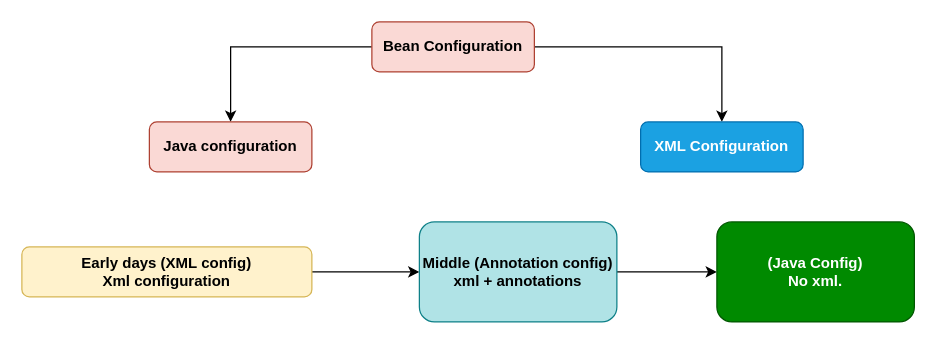
Above: page "BEAN CONFIGURATION" (6 of 8) of SPRING/spring.drawio in nathub071122/natGIT (draw.io), before the change. Source tidied: cells renumbered, new cells numbered last; positions are measured from the earlier drawing's top-left corner, leaving out a move shared by most shapes. Both pictures are drawn from the tidied source at 125%, with x=0, y=0 at pixel (21, 21).
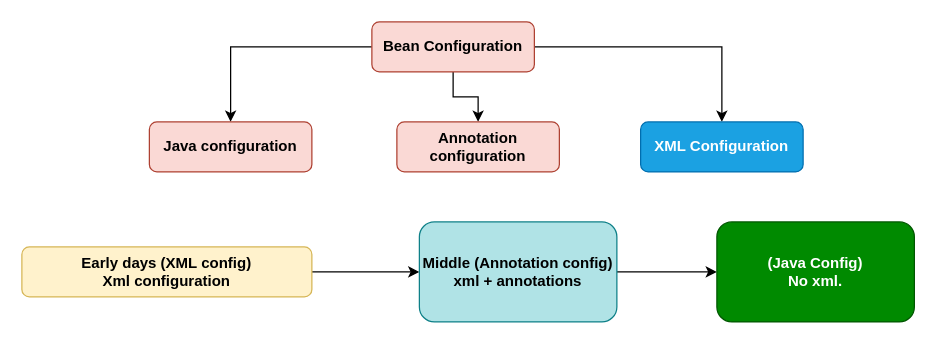
The same diagram, later.

The edit, as a diff of the source:
```diff
@@
 <mxGraphModel>
   <root>
     <mxCell id="0" />
     <mxCell id="1" parent="0" />
     <mxCell id="2" style="edgeStyle=orthogonalEdgeStyle;rounded=0;jettySize=auto;html=1;" parent="1" edge="1" source="4" target="5">
       <mxGeometry relative="1" as="geometry" />
     </mxCell>
     <mxCell id="3" style="edgeStyle=orthogonalEdgeStyle;rounded=0;jettySize=auto;html=1;" parent="1" edge="1" source="4" target="6">
       <mxGeometry relative="1" as="geometry" />
     </mxCell>
+    <mxCell id="12" style="edgeStyle=orthogonalEdgeStyle;rounded=0;jettySize=auto;html=1;entryX=0.5;entryY=0;entryDx=0;entryDy=0;" parent="1" edge="1" source="4" target="13">
+      <mxGeometry relative="1" as="geometry" />
+    </mxCell>
     <mxCell id="4" value="Bean Configuration" style="rounded=1;whiteSpace=wrap;html=1;fillColor=#fad9d5;strokeColor=#ae4132;fontStyle=1;verticalAlign=middle;" parent="1" vertex="1">
       <mxGeometry x="280" width="130" height="40" as="geometry" />
     </mxCell>
     <mxCell id="5" value="Java configuration" style="rounded=1;whiteSpace=wrap;html=1;fillColor=#fad9d5;strokeColor=#ae4132;fontStyle=1;verticalAlign=middle;" parent="1" vertex="1">
       <mxGeometry x="102" y="80" width="130" height="40" as="geometry" />
     </mxCell>
     <mxCell id="6" value="XML Configuration" style="rounded=1;whiteSpace=wrap;html=1;fillColor=#1ba1e2;strokeColor=#006EAF;fontStyle=1;verticalAlign=middle;fontColor=#ffffff;" parent="1" vertex="1">
       <mxGeometry x="495" y="80" width="130" height="40" as="geometry" />
     </mxCell>
     <mxCell id="7" style="edgeStyle=orthogonalEdgeStyle;rounded=0;jettySize=auto;html=1;" parent="1" edge="1" source="8" target="10">
       <mxGeometry relative="1" as="geometry" />
     </mxCell>
     <mxCell id="8" value="Early days (XML config)&lt;br&gt;Xml configuration" style="rounded=1;whiteSpace=wrap;html=1;fillColor=#fff2cc;strokeColor=#d6b656;fontStyle=1;verticalAlign=middle;" parent="1" vertex="1">
       <mxGeometry y="180" width="232" height="40" as="geometry" />
     </mxCell>
     <mxCell id="9" style="edgeStyle=orthogonalEdgeStyle;rounded=0;jettySize=auto;html=1;" parent="1" edge="1" source="10" target="11">
       <mxGeometry relative="1" as="geometry" />
     </mxCell>
     <mxCell id="10" value="Middle (Annotation config)&lt;br&gt;xml + annotations" style="rounded=1;whiteSpace=wrap;html=1;fillColor=#b0e3e6;strokeColor=#0e8088;fontStyle=1;verticalAlign=middle;" parent="1" vertex="1">
       <mxGeometry x="318" y="160" width="158" height="80" as="geometry" />
     </mxCell>
     <mxCell id="11" value="(Java Config)&lt;br&gt;No xml." style="rounded=1;whiteSpace=wrap;html=1;fillColor=#008a00;strokeColor=#005700;fontStyle=1;verticalAlign=middle;fontColor=#ffffff;" parent="1" vertex="1">
       <mxGeometry x="556" y="160" width="158" height="80" as="geometry" />
     </mxCell>
+    <mxCell id="13" value="Annotation configuration" style="rounded=1;whiteSpace=wrap;html=1;fillColor=#fad9d5;strokeColor=#ae4132;fontStyle=1;verticalAlign=middle;" parent="1" vertex="1">
+      <mxGeometry x="300" y="80" width="130" height="40" as="geometry" />
+    </mxCell>
   </root>
 </mxGraphModel>
```
